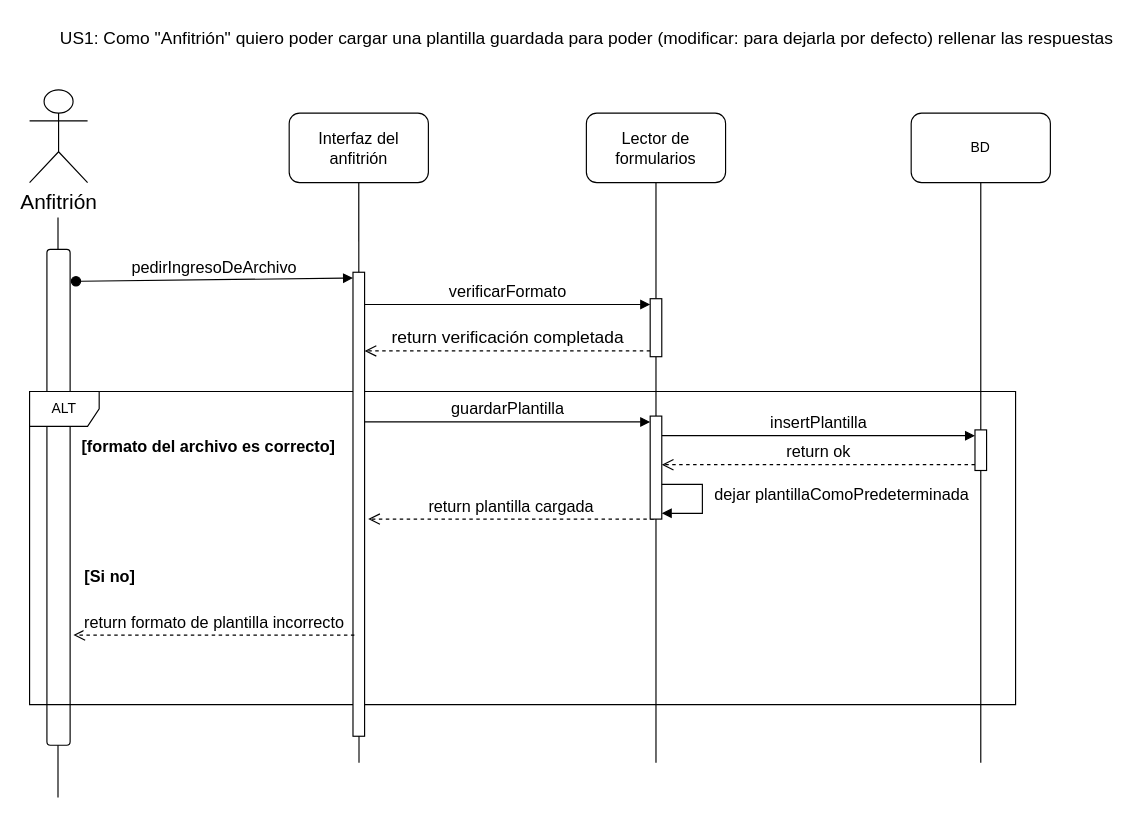
This is docs/Diagramas de comportamiento/Sprint 1/draw/DS_U1.drawio from Kumblesoft/Proyecto-INFO282-Sistema-de-registro-de-visitas, a draw.io file, before an edit. Source tidied: cells renumbered, new cells numbered last; positions are measured from the earlier drawing's top-left corner, leaving out a move shared by most shapes. Both pictures are drawn from the tidied source at 116%, with x=0, y=0 at pixel (-190, 20).
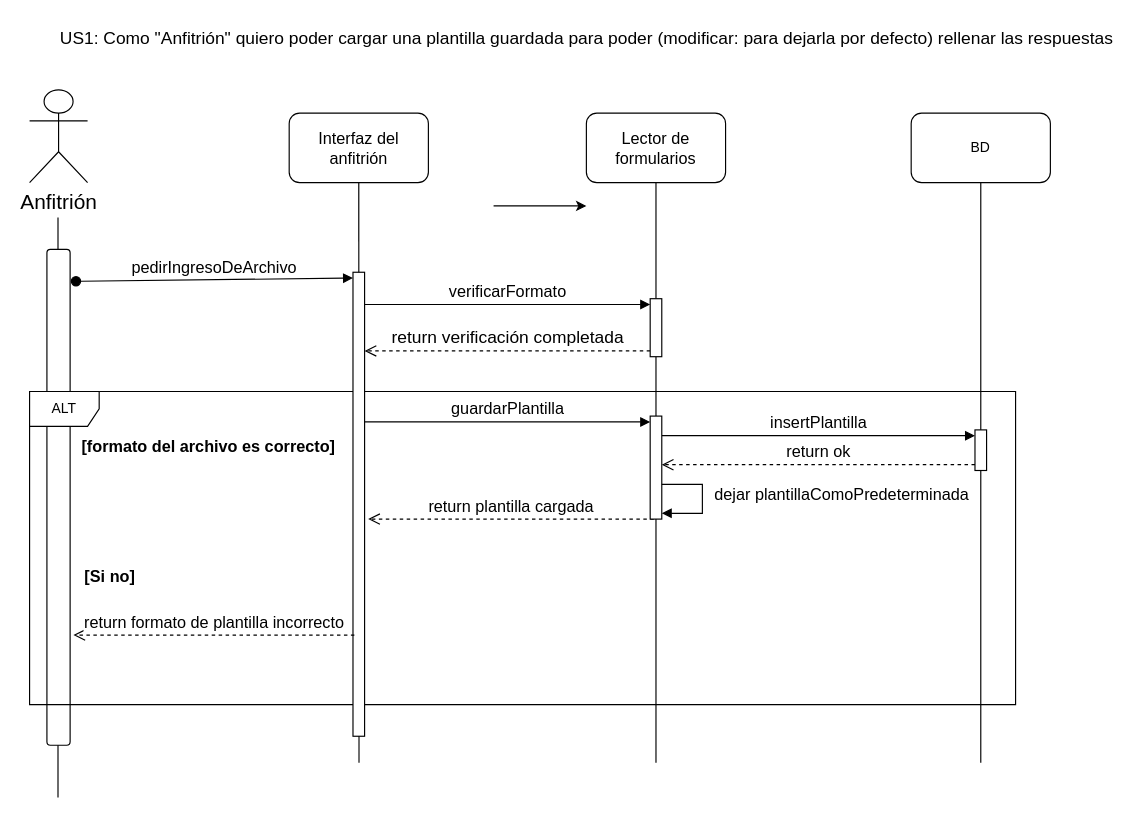
Above is the later version.

Diff of the diagram source:
```diff
@@
+    <mxCell id="31" style="edgeStyle=none;orthogonalLoop=1;jettySize=auto;html=1;" parent="1" edge="1">
+      <mxGeometry relative="1" as="geometry">
+        <mxPoint x="589" y="160" as="sourcePoint" />
+        <mxPoint x="669" y="160" as="targetPoint" />
+      </mxGeometry>
+    </mxCell>
```
